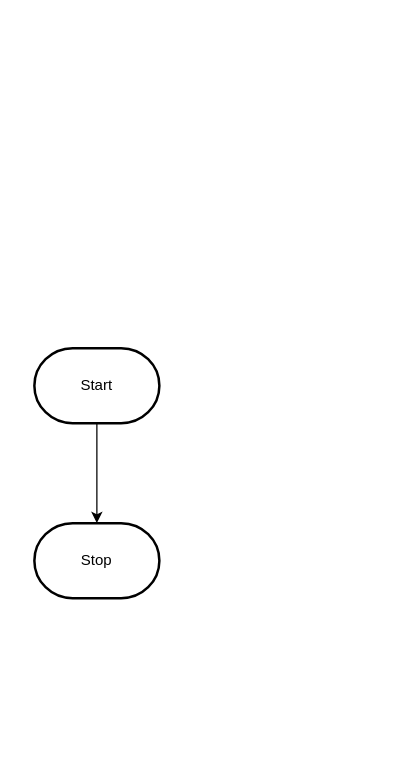
The draw.io diagram design/flowchart.drawio in MTHS-ICD2O-1-2023/ICD2O-Unit-6-02-manya-feng, before the edit. Source tidied: cells renumbered, new cells numbered last; positions are measured from the earlier drawing's top-left corner, leaving out a move shared by most shapes. Both pictures are drawn from the tidied source at 125%, with x=0, y=0 at pixel (34, 348).
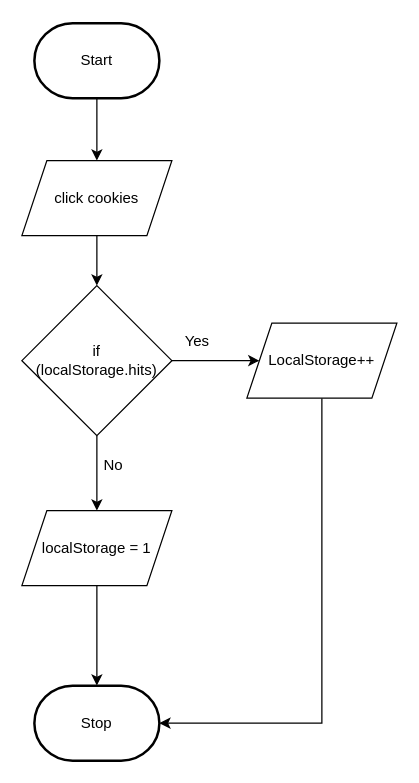
Above is the later version.

What changed in the source:
```diff
@@
 <mxGraphModel>
   <root>
     <mxCell id="0" />
     <mxCell id="1" parent="0" />
-    <mxCell id="2" style="edgeStyle=orthogonalEdgeStyle;html=1;rounded=0;" parent="1" edge="1" source="3" target="4">
-      <mxGeometry relative="1" as="geometry" />
-    </mxCell>
+    <mxCell id="5" style="edgeStyle=none;html=1;exitX=0.5;exitY=1;exitDx=0;exitDy=0;exitPerimeter=0;" parent="1" edge="1" source="3" target="2">
+      <mxGeometry relative="1" as="geometry" />
+    </mxCell>
     <mxCell id="3" value="Start" style="strokeWidth=2;html=1;shape=mxgraph.flowchart.terminator;whiteSpace=wrap;" parent="1" vertex="1">
-      <mxGeometry width="100" height="60" as="geometry" />
+      <mxGeometry y="-260" width="100" height="60" as="geometry" />
     </mxCell>
     <mxCell id="4" value="Stop" style="strokeWidth=2;html=1;shape=mxgraph.flowchart.terminator;whiteSpace=wrap;" parent="1" vertex="1">
-      <mxGeometry y="140" width="100" height="60" as="geometry" />
+      <mxGeometry y="270" width="100" height="60" as="geometry" />
     </mxCell>
+    <mxCell id="6" style="edgeStyle=none;html=1;exitX=0.5;exitY=1;exitDx=0;exitDy=0;entryX=0.5;entryY=0;entryDx=0;entryDy=0;" parent="1" edge="1" source="2" target="9">
+      <mxGeometry relative="1" as="geometry" />
+    </mxCell>
+    <mxCell id="2" value="click cookies" style="shape=parallelogram;perimeter=parallelogramPerimeter;whiteSpace=wrap;html=1;fixedSize=1;" parent="1" vertex="1">
+      <mxGeometry x="-10" y="-150" width="120" height="60" as="geometry" />
+    </mxCell>
+    <mxCell id="7" style="edgeStyle=none;html=1;exitX=1;exitY=0.5;exitDx=0;exitDy=0;" parent="1" edge="1" source="9" target="11">
+      <mxGeometry relative="1" as="geometry" />
+    </mxCell>
+    <mxCell id="8" style="edgeStyle=none;html=1;exitX=0.5;exitY=1;exitDx=0;exitDy=0;entryX=0.5;entryY=0;entryDx=0;entryDy=0;" parent="1" edge="1" source="9" target="14">
+      <mxGeometry relative="1" as="geometry" />
+    </mxCell>
+    <mxCell id="9" value="if&lt;br&gt;(localStorage.hits)" style="rhombus;whiteSpace=wrap;html=1;" parent="1" vertex="1">
+      <mxGeometry x="-10" y="-50" width="120" height="120" as="geometry" />
+    </mxCell>
+    <mxCell id="10" style="edgeStyle=none;html=1;entryX=1;entryY=0.5;entryDx=0;entryDy=0;entryPerimeter=0;rounded=0;" parent="1" edge="1" source="11" target="4">
+      <mxGeometry relative="1" as="geometry">
+        <Array as="points">
+          <mxPoint x="230" y="300" />
+        </Array>
+      </mxGeometry>
+    </mxCell>
+    <mxCell id="11" value="LocalStorage++" style="shape=parallelogram;perimeter=parallelogramPerimeter;whiteSpace=wrap;html=1;fixedSize=1;" parent="1" vertex="1">
+      <mxGeometry x="170" y="-20" width="120" height="60" as="geometry" />
+    </mxCell>
+    <mxCell id="12" value="Yes" style="text;html=1;align=center;verticalAlign=middle;strokeColor=none;fillColor=none;" parent="1" vertex="1">
+      <mxGeometry x="110" y="-20" width="40" height="30" as="geometry" />
+    </mxCell>
+    <mxCell id="13" style="edgeStyle=none;html=1;exitX=0.5;exitY=1;exitDx=0;exitDy=0;" parent="1" edge="1" source="14" target="4">
+      <mxGeometry relative="1" as="geometry" />
+    </mxCell>
+    <mxCell id="14" value="localStorage = 1" style="shape=parallelogram;perimeter=parallelogramPerimeter;whiteSpace=wrap;html=1;fixedSize=1;" parent="1" vertex="1">
+      <mxGeometry x="-10" y="130" width="120" height="60" as="geometry" />
+    </mxCell>
+    <mxCell id="15" value="No" style="text;html=1;align=center;verticalAlign=middle;strokeColor=none;fillColor=none;" parent="1" vertex="1">
+      <mxGeometry x="43" y="79" width="40" height="30" as="geometry" />
+    </mxCell>
   </root>
 </mxGraphModel>
```
